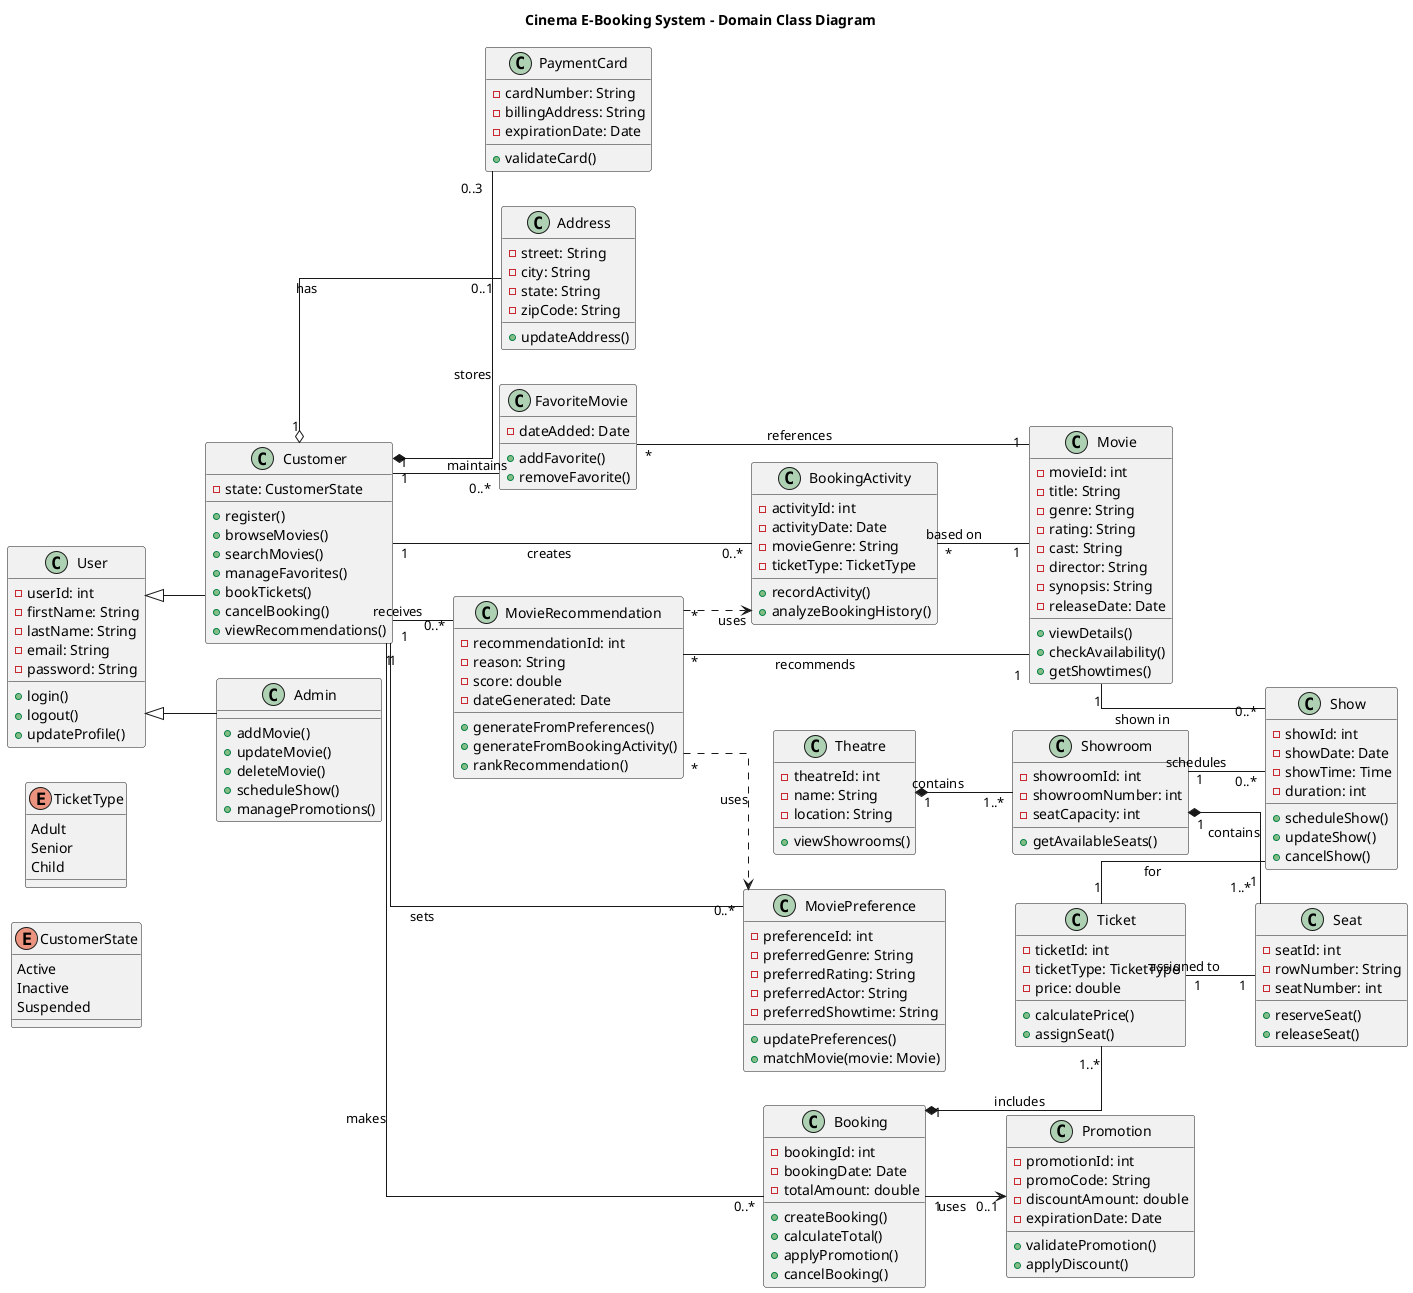
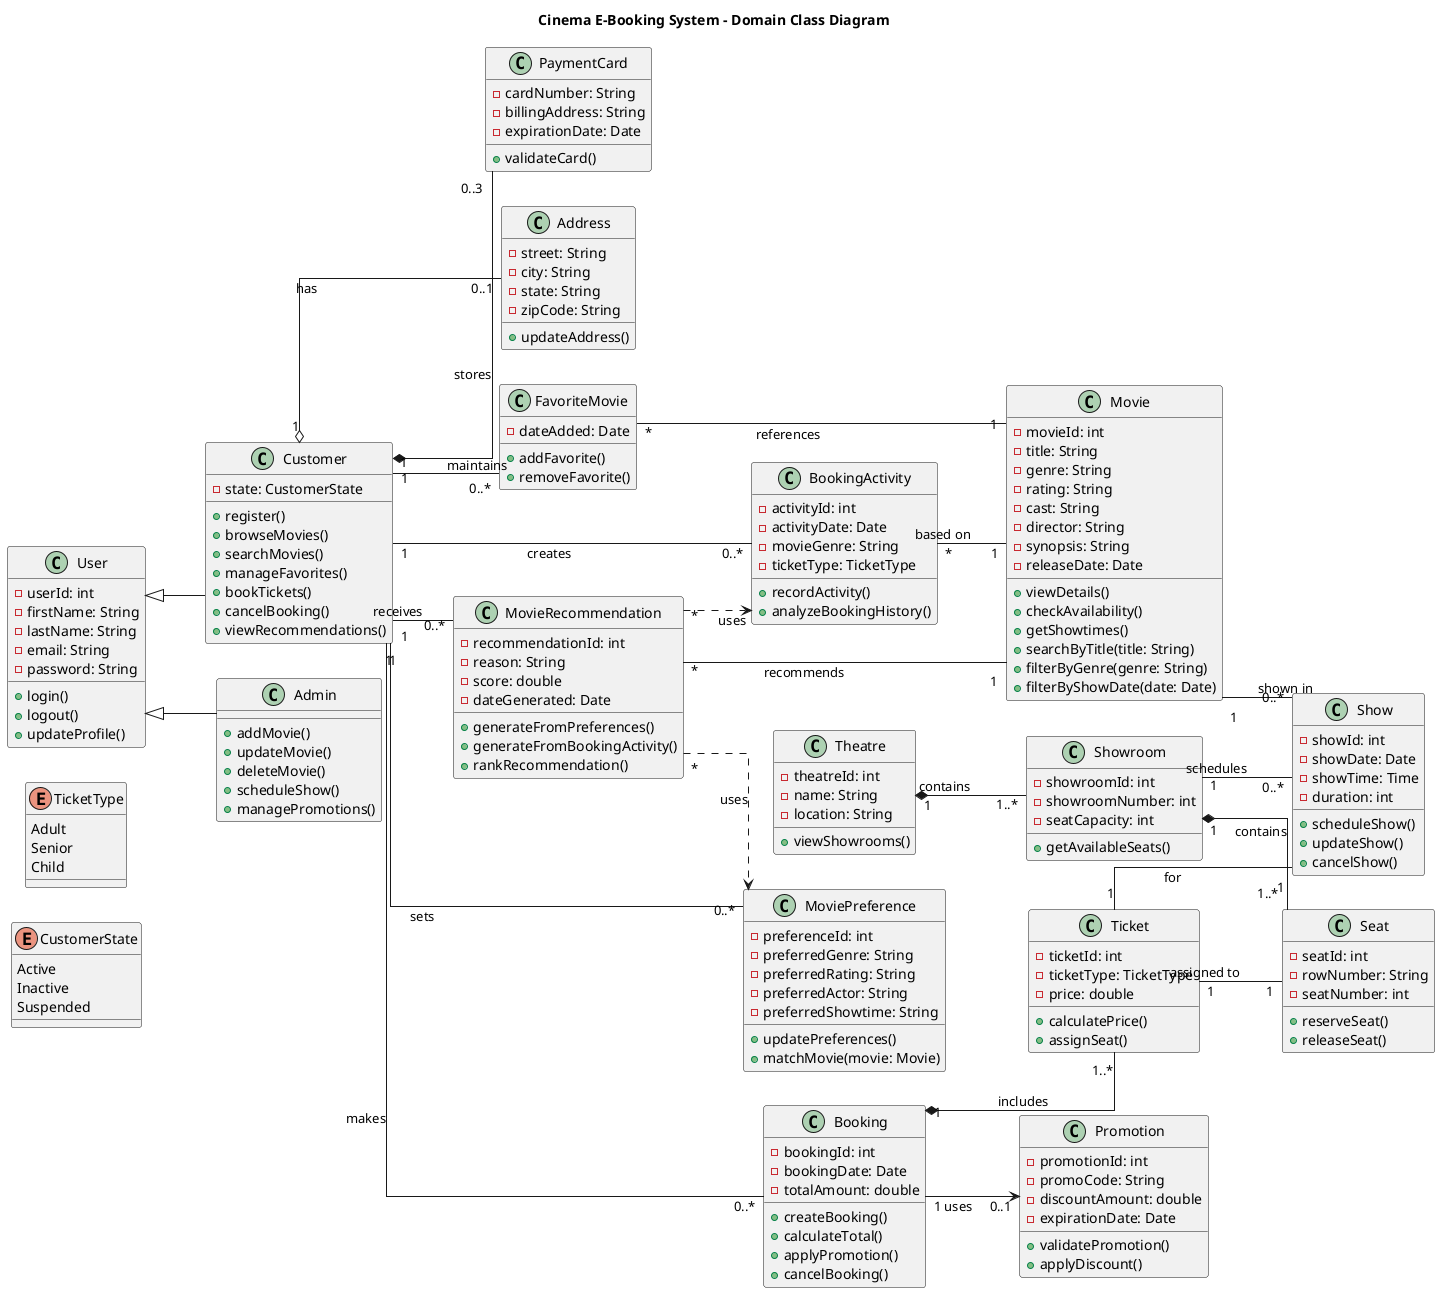
@startuml
title Cinema E-Booking System - Domain Class Diagram

left to right direction
skinparam linetype ortho

enum CustomerState {
  Active
  Inactive
  Suspended
}

enum TicketType {
  Adult
  Senior
  Child
}

class User {
  - userId: int
  - firstName: String
  - lastName: String
  - email: String
  - password: String
  + login()
  + logout()
  + updateProfile()
}

class Customer {
  - state: CustomerState
  + register()
  + browseMovies()
  + searchMovies()
  + manageFavorites()
  + bookTickets()
  + cancelBooking()
  + viewRecommendations()
}

class Admin {
  + addMovie()
  + updateMovie()
  + deleteMovie()
  + scheduleShow()
  + managePromotions()
}

User <|-- Customer
User <|-- Admin

class PaymentCard {
  - cardNumber: String
  - billingAddress: String
  - expirationDate: Date
  + validateCard()
}

class Address {
  - street: String
  - city: String
  - state: String
  - zipCode: String
  + updateAddress()
}

Customer "1" *-- "0..3" PaymentCard : stores
Customer "1" o-- "0..1" Address : has

class Movie {
  - movieId: int
  - title: String
  - genre: String
  - rating: String
  - cast: String
  - director: String
  - synopsis: String
  - releaseDate: Date
  + viewDetails()
  + checkAvailability()
  + getShowtimes()
+   + searchByTitle(title: String)
+   + filterByGenre(genre: String)
+   + filterByShowDate(date: Date)
}

class FavoriteMovie {
  - dateAdded: Date
  + addFavorite()
  + removeFavorite()
}

Customer "1" -- "0..*" FavoriteMovie : maintains
FavoriteMovie "*" -- "1" Movie : references

class MoviePreference {
  - preferenceId: int
  - preferredGenre: String
  - preferredRating: String
  - preferredActor: String
  - preferredShowtime: String
  + updatePreferences()
  + matchMovie(movie: Movie)
}

class BookingActivity {
  - activityId: int
  - activityDate: Date
  - movieGenre: String
  - ticketType: TicketType
  + recordActivity()
  + analyzeBookingHistory()
}

class MovieRecommendation {
  - recommendationId: int
  - reason: String
  - score: double
  - dateGenerated: Date
  + generateFromPreferences()
  + generateFromBookingActivity()
  + rankRecommendation()
}

Customer "1" -- "0..*" MoviePreference : sets
Customer "1" -- "0..*" BookingActivity : creates
Customer "1" -- "0..*" MovieRecommendation : receives

BookingActivity "*" -- "1" Movie : based on
MovieRecommendation "*" -- "1" Movie : recommends
MovieRecommendation "*" ..> MoviePreference : uses
MovieRecommendation "*" ..> BookingActivity : uses

class Theatre {
  - theatreId: int
  - name: String
  - location: String
  + viewShowrooms()
}

class Showroom {
  - showroomId: int
  - showroomNumber: int
  - seatCapacity: int
  + getAvailableSeats()
}

class Seat {
  - seatId: int
  - rowNumber: String
  - seatNumber: int
  + reserveSeat()
  + releaseSeat()
}

Theatre "1" *-- "1..*" Showroom : contains
Showroom "1" *-- "1..*" Seat : contains

class Show {
  - showId: int
  - showDate: Date
  - showTime: Time
  - duration: int
  + scheduleShow()
  + updateShow()
  + cancelShow()
}

Movie "1" -- "0..*" Show : shown in
Showroom "1" -- "0..*" Show : schedules

class Booking {
  - bookingId: int
  - bookingDate: Date
  - totalAmount: double
  + createBooking()
  + calculateTotal()
  + applyPromotion()
  + cancelBooking()
}

class Ticket {
  - ticketId: int
  - ticketType: TicketType
  - price: double
  + calculatePrice()
  + assignSeat()
}

class Promotion {
  - promotionId: int
  - promoCode: String
  - discountAmount: double
  - expirationDate: Date
  + validatePromotion()
  + applyDiscount()
}

Customer "1" -- "0..*" Booking : makes
Booking "1" *-- "1..*" Ticket : includes
Ticket "1" -- "1" Show : for
Ticket "1" -- "1" Seat : assigned to
Booking "1" --> "0..1" Promotion : uses

@enduml
